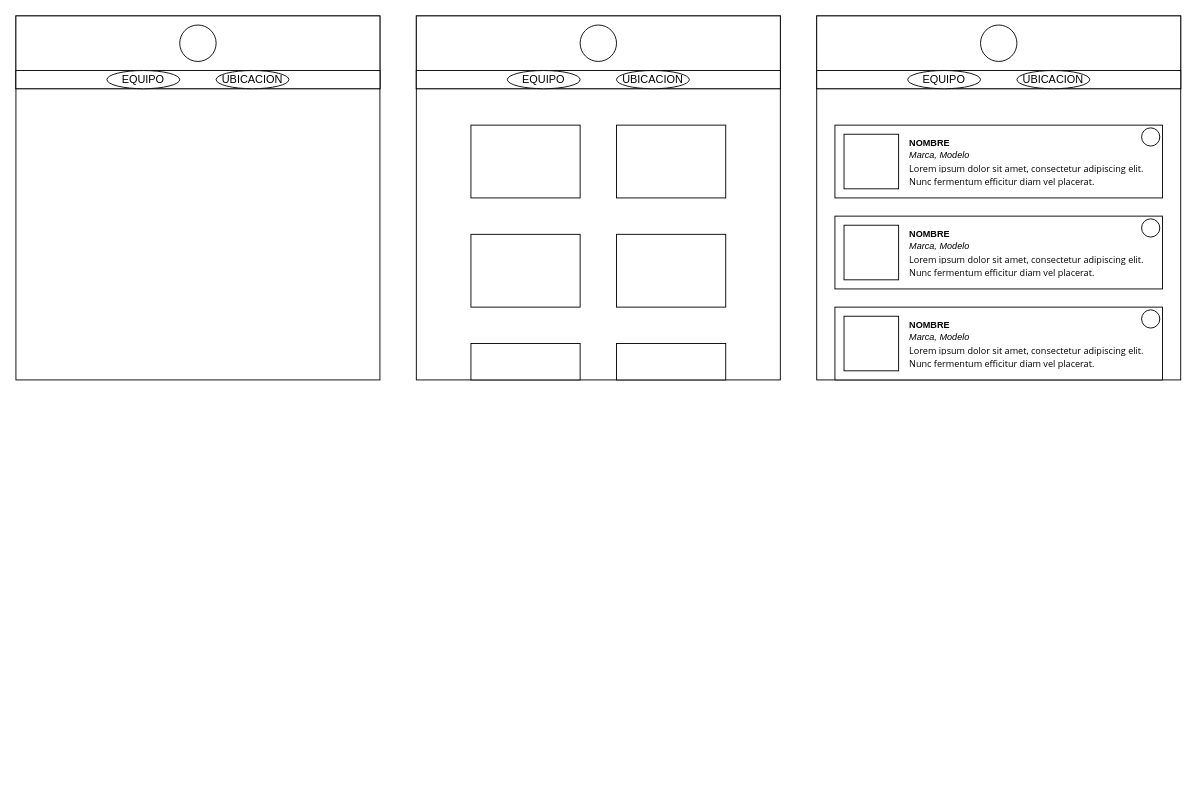
This is page "DISEÑO VENTANAS" (4 of 4) of Documentacion/Reto_1_esquemasDB.dio from MedievAlex/DAW_Reto_1_Alex_Javier_Luis, a draw.io file, before an edit. Source tidied: cells renumbered, new cells numbered last; positions are measured from the earlier drawing's top-left corner, leaving out a move shared by most shapes. Both pictures are drawn from the tidied source at 91%, with x=0, y=0 at pixel (15, 15).
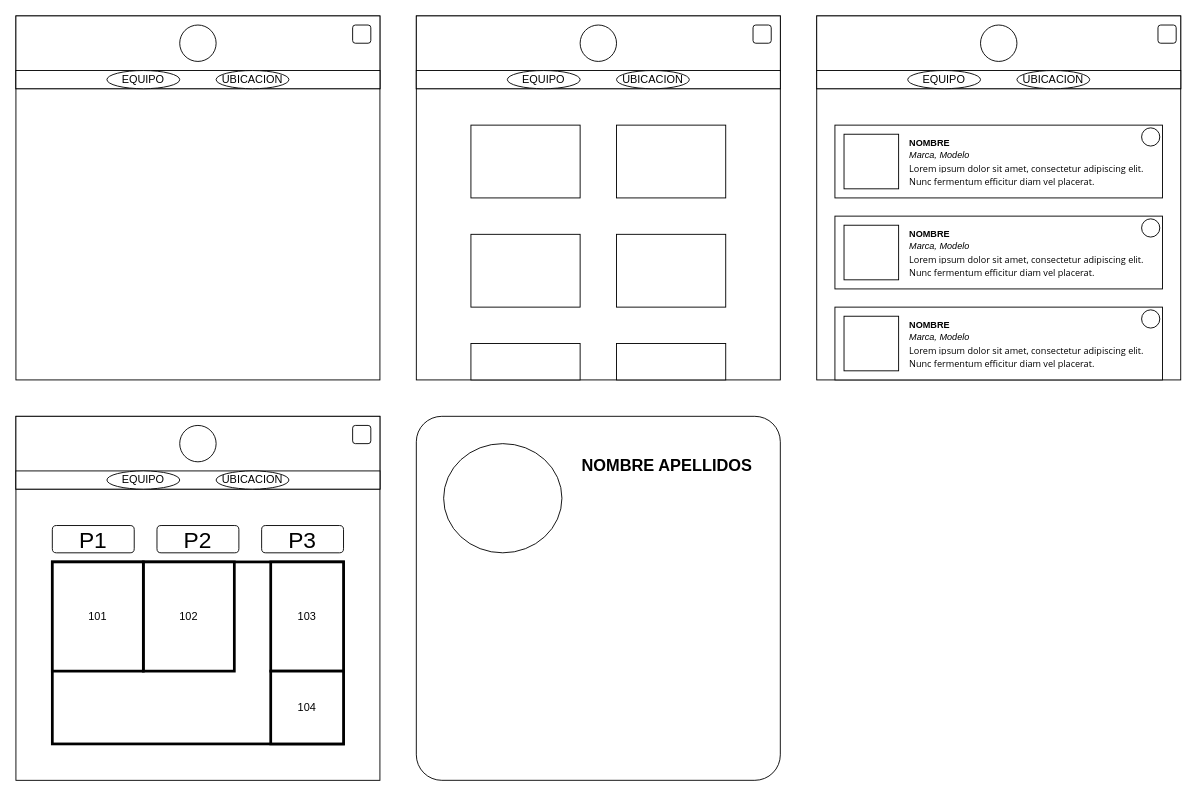
The same diagram, later.

Commit message:
Actualizada ventanas.

What changed in the source:
```diff
@@
+    <mxCell id="41" style="rounded=0;whiteSpace=wrap;html=1;" parent="1" vertex="1">
+      <mxGeometry y="440" width="400" height="400" as="geometry" />
+    </mxCell>
+    <mxCell id="42" style="rounded=0;whiteSpace=wrap;html=1;" parent="1" vertex="1">
+      <mxGeometry y="440" width="400" height="80" as="geometry" />
+    </mxCell>
+    <mxCell id="43" style="ellipse;whiteSpace=wrap;html=1;shapeInside=1;" parent="1" vertex="1">
+      <mxGeometry x="180" y="450" width="40" height="40" as="geometry" />
+    </mxCell>
+    <mxCell id="44" style="rounded=0;whiteSpace=wrap;html=1;" parent="1" vertex="1">
+      <mxGeometry y="500" width="400" height="20" as="geometry" />
+    </mxCell>
+    <mxCell id="45" value="EQUIPO" style="ellipse;whiteSpace=wrap;html=1;shapeInside=1;" parent="1" vertex="1">
+      <mxGeometry x="100" y="500" width="80" height="20" as="geometry" />
+    </mxCell>
+    <mxCell id="46" value="UBICACION" style="ellipse;whiteSpace=wrap;html=1;shapeInside=1;" parent="1" vertex="1">
+      <mxGeometry x="220" y="500" width="80" height="20" as="geometry" />
+    </mxCell>
+    <mxCell id="47" style="rounded=0;whiteSpace=wrap;html=1;strokeWidth=3;" parent="1" vertex="1">
+      <mxGeometry x="40" y="600" width="320" height="200" as="geometry" />
+    </mxCell>
+    <mxCell id="48" value="103" style="rounded=0;whiteSpace=wrap;html=1;strokeWidth=3;" parent="1" vertex="1">
+      <mxGeometry x="280" y="600" width="80" height="120" as="geometry" />
+    </mxCell>
+    <mxCell id="49" value="104" style="rounded=0;whiteSpace=wrap;html=1;strokeWidth=3;" parent="1" vertex="1">
+      <mxGeometry x="280" y="720" width="80" height="80" as="geometry" />
+    </mxCell>
+    <mxCell id="50" value="102" style="rounded=0;whiteSpace=wrap;html=1;strokeWidth=3;" parent="1" vertex="1">
+      <mxGeometry x="140" y="600" width="100" height="120" as="geometry" />
+    </mxCell>
+    <mxCell id="51" value="101" style="rounded=0;whiteSpace=wrap;html=1;strokeWidth=3;" parent="1" vertex="1">
+      <mxGeometry x="40" y="600" width="100" height="120" as="geometry" />
+    </mxCell>
+    <mxCell id="52" value="&lt;font style=&quot;font-size: 25px;&quot;&gt;P1&lt;/font&gt;" style="rounded=1;whiteSpace=wrap;html=1;" parent="1" vertex="1">
+      <mxGeometry x="40" y="560" width="90" height="30" as="geometry" />
+    </mxCell>
+    <mxCell id="53" value="&lt;font style=&quot;font-size: 25px;&quot;&gt;P2&lt;/font&gt;" style="rounded=1;whiteSpace=wrap;html=1;" parent="1" vertex="1">
+      <mxGeometry x="155" y="560" width="90" height="30" as="geometry" />
+    </mxCell>
+    <mxCell id="54" value="&lt;font style=&quot;font-size: 25px;&quot;&gt;P3&lt;/font&gt;" style="rounded=1;whiteSpace=wrap;html=1;" parent="1" vertex="1">
+      <mxGeometry x="270" y="560" width="90" height="30" as="geometry" />
+    </mxCell>
+    <mxCell id="55" style="group;" parent="1" vertex="1">
+      <mxGeometry x="750" y="10" width="80" height="20" as="geometry" />
+    </mxCell>
+    <mxCell id="56" style="rounded=1;whiteSpace=wrap;html=1;" parent="55" vertex="1">
+      <mxGeometry x="60" width="20" height="20" as="geometry" />
+    </mxCell>
+    <mxCell id="57" style="rounded=1;whiteSpace=wrap;html=1;arcSize=7;" parent="1" vertex="1">
+      <mxGeometry x="440" y="440" width="400" height="400" as="geometry" />
+    </mxCell>
+    <mxCell id="58" style="ellipse;whiteSpace=wrap;html=1;shapeInside=1;" parent="1" vertex="1">
+      <mxGeometry x="470" y="470" width="130" height="120" as="geometry" />
+    </mxCell>
+    <mxCell id="59" value="&lt;b&gt;&lt;font style=&quot;font-size: 18px;&quot;&gt;NOMBRE APELLIDOS&lt;/font&gt;&lt;/b&gt;" style="text;html=1;whiteSpace=wrap;strokeColor=none;fillColor=none;align=left;verticalAlign=middle;rounded=0;" parent="1" vertex="1">
+      <mxGeometry x="620" y="480" width="210" height="30" as="geometry" />
+    </mxCell>
+    <mxCell id="60" style="rounded=1;whiteSpace=wrap;html=1;" parent="1" vertex="1">
+      <mxGeometry x="370" y="450" width="20" height="20" as="geometry" />
+    </mxCell>
+    <mxCell id="61" style="rounded=1;whiteSpace=wrap;html=1;" parent="1" vertex="1">
+      <mxGeometry x="370" y="10" width="20" height="20" as="geometry" />
+    </mxCell>
+    <mxCell id="62" style="rounded=1;whiteSpace=wrap;html=1;" parent="1" vertex="1">
+      <mxGeometry x="1255" y="10" width="20" height="20" as="geometry" />
+    </mxCell>
```
